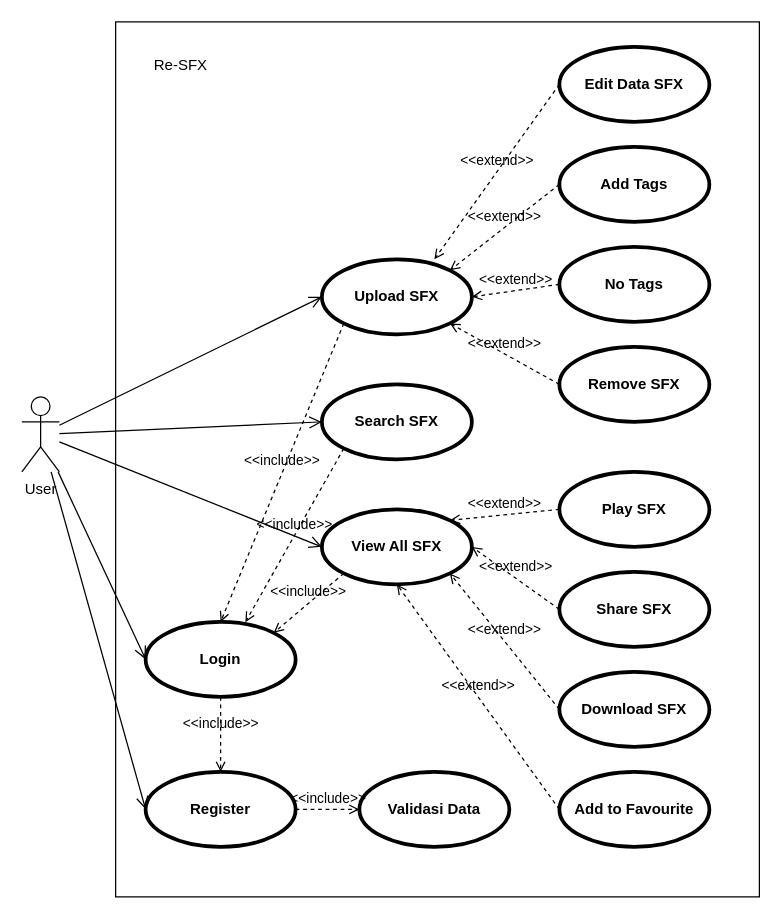
Above: re-sfx.drawio in hieraar/re-sfx (draw.io), before the change. Source tidied: cells renumbered, new cells numbered last; positions are measured from the earlier drawing's top-left corner, leaving out a move shared by most shapes. Both pictures are drawn from the tidied source at 125%, with x=0, y=0 at pixel (21, 21).
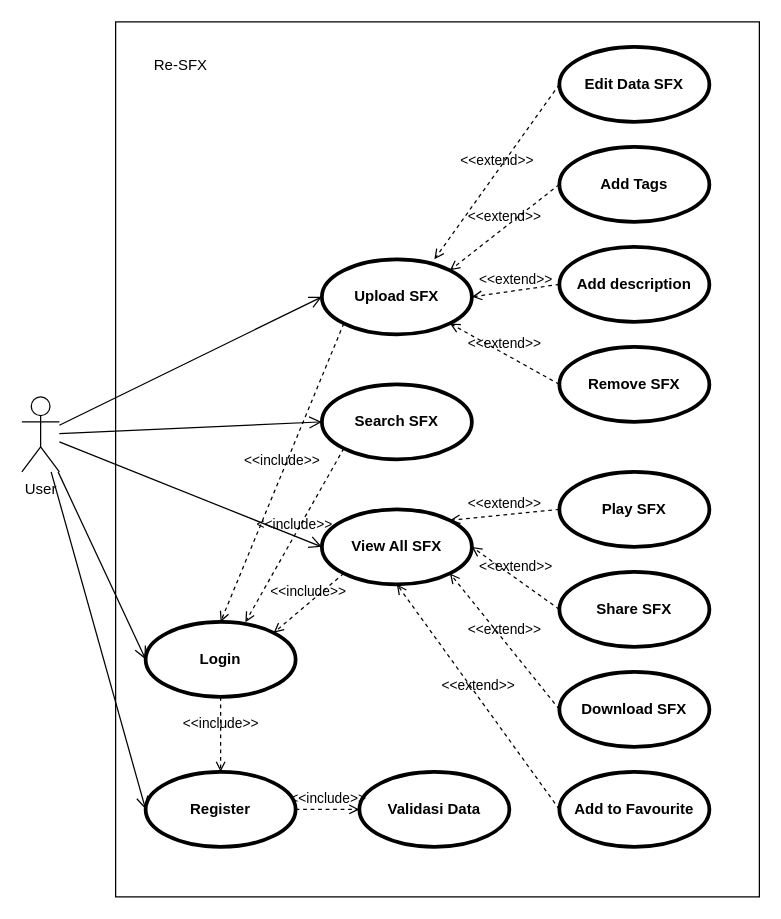
Above is the later version.

The edit, as a diff of the source:
```diff
@@
-    <mxCell id="11" value="No Tags" style="shape=ellipse;html=1;strokeWidth=3;fontStyle=1;whiteSpace=wrap;align=center;perimeter=ellipsePerimeter;" parent="1" vertex="1">
+    <mxCell id="11" value="Add description" style="shape=ellipse;html=1;strokeWidth=3;fontStyle=1;whiteSpace=wrap;align=center;perimeter=ellipsePerimeter;" parent="1" vertex="1">
       <mxGeometry x="430" y="180" width="120" height="60" as="geometry" />
     </mxCell>
```
